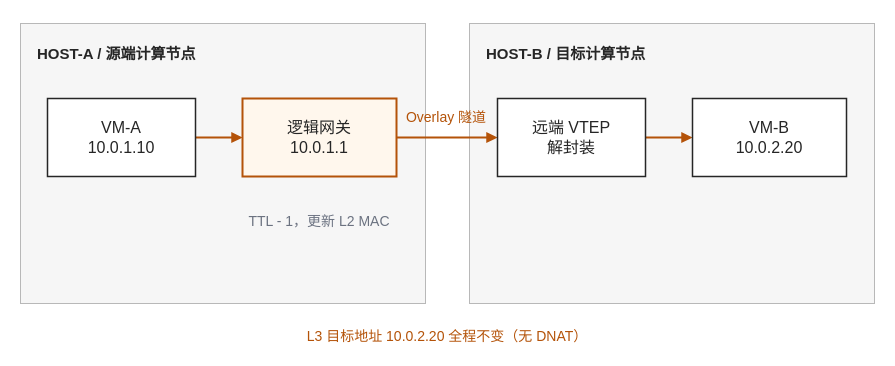
Earlier version of the draw.io diagram diagrams/distributed-routing.drawio (cafebeef1/cafebeef1.github.io). Source tidied: cells renumbered, new cells numbered last; positions are measured from the earlier drawing's top-left corner, leaving out a move shared by most shapes. Both pictures are drawn from the tidied source at 100%, with x=0, y=0 at pixel (20, 23).
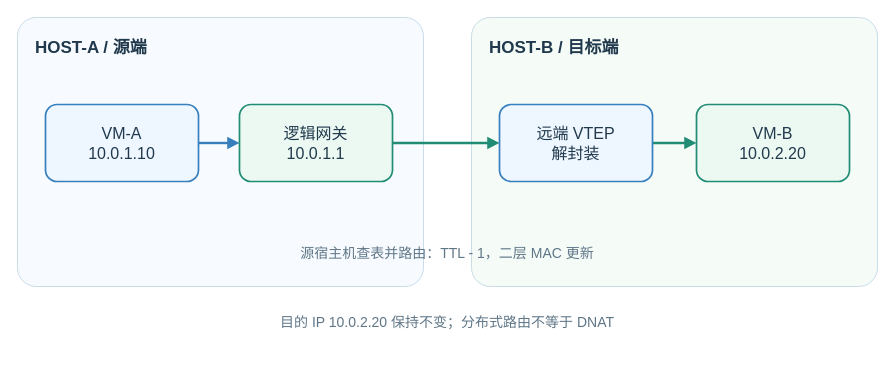
The same diagram, later.

The edit, as a diff of the source:
```diff
@@
 <mxGraphModel>
   <root>
     <mxCell id="0" />
     <mxCell id="1" parent="0" />
-    <mxCell id="2" value="HOST-A / 源端计算节点" style="rounded=0;whiteSpace=wrap;html=0;fillColor=#f6f6f6;strokeColor=#b8b8b8;strokeWidth=1;align=left;verticalAlign=top;spacingTop=15;spacingLeft=15;fontStyle=1;fontSize=15;fontColor=#262626;" parent="1" vertex="1">
-      <mxGeometry width="405" height="280" as="geometry" />
+    <mxCell id="2" value="HOST-A / 源端" style="rounded=1;arcSize=7;whiteSpace=wrap;fillColor=#f7fbff;strokeColor=#c9dce8;fontSize=17;fontStyle=1;fontColor=#20394c;verticalAlign=top;align=left;spacingTop=14;spacingLeft=16;strokeWidth=1;" parent="1" vertex="1">
+      <mxGeometry x="-3" y="-6" width="406" height="269" as="geometry" />
     </mxCell>
-    <mxCell id="3" value="HOST-B / 目标计算节点" style="rounded=0;whiteSpace=wrap;html=0;fillColor=#f6f6f6;strokeColor=#b8b8b8;strokeWidth=1;align=left;verticalAlign=top;spacingTop=15;spacingLeft=15;fontStyle=1;fontSize=15;fontColor=#262626;" parent="1" vertex="1">
-      <mxGeometry x="449" width="405" height="280" as="geometry" />
+    <mxCell id="3" value="HOST-B / 目标端" style="rounded=1;arcSize=7;whiteSpace=wrap;fillColor=#f5fcf8;strokeColor=#c9dce8;fontSize=17;fontStyle=1;fontColor=#20394c;verticalAlign=top;align=left;spacingTop=14;spacingLeft=16;strokeWidth=1;" parent="1" vertex="1">
+      <mxGeometry x="451" y="-6" width="406" height="269" as="geometry" />
     </mxCell>
-    <mxCell id="4" style="edgeStyle=none;html=0;rounded=0;strokeColor=#b45309;strokeWidth=2;endArrow=block;endFill=1;" parent="1" edge="1">
+    <mxCell id="4" style="edgeStyle=none;rounded=1;html=0;strokeColor=#377fbd;strokeWidth=2.4;endArrow=block;endFill=1;" parent="1" edge="1">
       <mxGeometry relative="1" as="geometry">
-        <mxPoint x="175" y="114" as="sourcePoint" />
-        <mxPoint x="222" y="114" as="targetPoint" />
+        <mxPoint x="178" y="119.5" as="sourcePoint" />
+        <mxPoint x="219" y="119.5" as="targetPoint" />
       </mxGeometry>
     </mxCell>
-    <mxCell id="5" style="edgeStyle=none;html=0;rounded=0;strokeColor=#b45309;strokeWidth=2;endArrow=block;endFill=1;" parent="1" edge="1">
+    <mxCell id="5" style="edgeStyle=none;rounded=1;html=0;strokeColor=#218c74;strokeWidth=2.4;endArrow=block;endFill=1;" parent="1" edge="1">
       <mxGeometry relative="1" as="geometry">
-        <mxPoint x="376" y="114" as="sourcePoint" />
-        <mxPoint x="477" y="114" as="targetPoint" />
+        <mxPoint x="372" y="119.5" as="sourcePoint" />
+        <mxPoint x="479" y="119.5" as="targetPoint" />
       </mxGeometry>
     </mxCell>
-    <mxCell id="6" style="edgeStyle=none;html=0;rounded=0;strokeColor=#b45309;strokeWidth=2;endArrow=block;endFill=1;" parent="1" edge="1">
+    <mxCell id="6" style="edgeStyle=none;rounded=1;html=0;strokeColor=#218c74;strokeWidth=2.4;endArrow=block;endFill=1;" parent="1" edge="1">
       <mxGeometry relative="1" as="geometry">
-        <mxPoint x="625" y="114" as="sourcePoint" />
-        <mxPoint x="672" y="114" as="targetPoint" />
+        <mxPoint x="632" y="119.5" as="sourcePoint" />
+        <mxPoint x="676" y="119.5" as="targetPoint" />
       </mxGeometry>
     </mxCell>
-    <mxCell id="7" value="VM-A&#10;10.0.1.10" style="rounded=0;whiteSpace=wrap;html=0;fillColor=#fff;strokeColor=#262626;strokeWidth=1.5;fontSize=16;fontColor=#262626;align=center;verticalAlign=middle;spacing=5;" parent="1" vertex="1">
-      <mxGeometry x="27" y="75" width="148" height="78" as="geometry" />
+    <mxCell id="7" value="VM-A&#10;10.0.1.10" style="rounded=1;arcSize=15;whiteSpace=wrap;html=0;fillColor=#eef6ff;strokeColor=#377fbd;strokeWidth=1.7;fontSize=16;fontColor=#20394c;align=center;verticalAlign=middle;spacing=5;" parent="1" vertex="1">
+      <mxGeometry x="25" y="81" width="153" height="77" as="geometry" />
     </mxCell>
-    <mxCell id="8" value="逻辑网关&#10;10.0.1.1" style="rounded=0;whiteSpace=wrap;html=0;fillColor=#fff7ed;strokeColor=#b45309;strokeWidth=2;fontSize=16;fontColor=#262626;align=center;verticalAlign=middle;spacing=5;" parent="1" vertex="1">
-      <mxGeometry x="222" y="75" width="154" height="78" as="geometry" />
+    <mxCell id="8" value="逻辑网关&#10;10.0.1.1" style="rounded=1;arcSize=15;whiteSpace=wrap;html=0;fillColor=#ecf9f3;strokeColor=#218c74;strokeWidth=1.7;fontSize=16;fontColor=#20394c;align=center;verticalAlign=middle;spacing=5;" parent="1" vertex="1">
+      <mxGeometry x="219" y="81" width="153" height="77" as="geometry" />
     </mxCell>
-    <mxCell id="9" value="远端 VTEP&#10;解封装" style="rounded=0;whiteSpace=wrap;html=0;fillColor=#fff;strokeColor=#262626;strokeWidth=1.5;fontSize=16;fontColor=#262626;align=center;verticalAlign=middle;spacing=5;" parent="1" vertex="1">
-      <mxGeometry x="477" y="75" width="148" height="78" as="geometry" />
+    <mxCell id="9" value="远端 VTEP&#10;解封装" style="rounded=1;arcSize=15;whiteSpace=wrap;html=0;fillColor=#eef6ff;strokeColor=#377fbd;strokeWidth=1.7;fontSize=16;fontColor=#20394c;align=center;verticalAlign=middle;spacing=5;" parent="1" vertex="1">
+      <mxGeometry x="479" y="81" width="153" height="77" as="geometry" />
     </mxCell>
-    <mxCell id="10" value="VM-B&#10;10.0.2.20" style="rounded=0;whiteSpace=wrap;html=0;fillColor=#fff;strokeColor=#262626;strokeWidth=1.5;fontSize=16;fontColor=#262626;align=center;verticalAlign=middle;spacing=5;" parent="1" vertex="1">
-      <mxGeometry x="672" y="75" width="154" height="78" as="geometry" />
+    <mxCell id="10" value="VM-B&#10;10.0.2.20" style="rounded=1;arcSize=15;whiteSpace=wrap;html=0;fillColor=#ecf9f3;strokeColor=#218c74;strokeWidth=1.7;fontSize=16;fontColor=#20394c;align=center;verticalAlign=middle;spacing=5;" parent="1" vertex="1">
+      <mxGeometry x="676" y="81" width="153" height="77" as="geometry" />
     </mxCell>
-    <mxCell id="11" value="Overlay 隧道" style="text;html=0;strokeColor=none;fillColor=none;align=center;verticalAlign=middle;fontColor=#b45309;fontSize=14;" parent="1" vertex="1">
-      <mxGeometry x="196" y="79" width="460" height="27" as="geometry" />
+    <mxCell id="11" value="源宿主机查表并路由：TTL - 1，二层 MAC 更新" style="text;html=0;whiteSpace=wrap;fillColor=none;strokeColor=none;fontColor=#5f7687;fontSize=14;align=center;verticalAlign=middle;" parent="1" vertex="1">
+      <mxGeometry x="7" y="216" width="840" height="28" as="geometry" />
     </mxCell>
-    <mxCell id="12" value="TTL - 1，更新 L2 MAC" style="text;html=0;strokeColor=none;fillColor=none;align=center;verticalAlign=middle;fontColor=#6b7280;fontSize=14;" parent="1" vertex="1">
-      <mxGeometry x="69" y="183" width="460" height="27" as="geometry" />
+    <mxCell id="12" value="目的 IP 10.0.2.20 保持不变；分布式路由不等于 DNAT" style="text;html=0;whiteSpace=wrap;fillColor=none;strokeColor=none;fontColor=#5f7687;fontSize=14;align=center;verticalAlign=middle;" parent="1" vertex="1">
+      <mxGeometry x="7" y="285" width="840" height="28" as="geometry" />
     </mxCell>
-    <mxCell id="13" value="L3 目标地址 10.0.2.20 全程不变（无 DNAT）" style="text;html=0;strokeColor=none;fillColor=none;align=center;verticalAlign=middle;fontColor=#b45309;fontSize=14;" parent="1" vertex="1">
-      <mxGeometry x="197" y="298" width="460" height="27" as="geometry" />
-    </mxCell>
   </root>
 </mxGraphModel>
```
